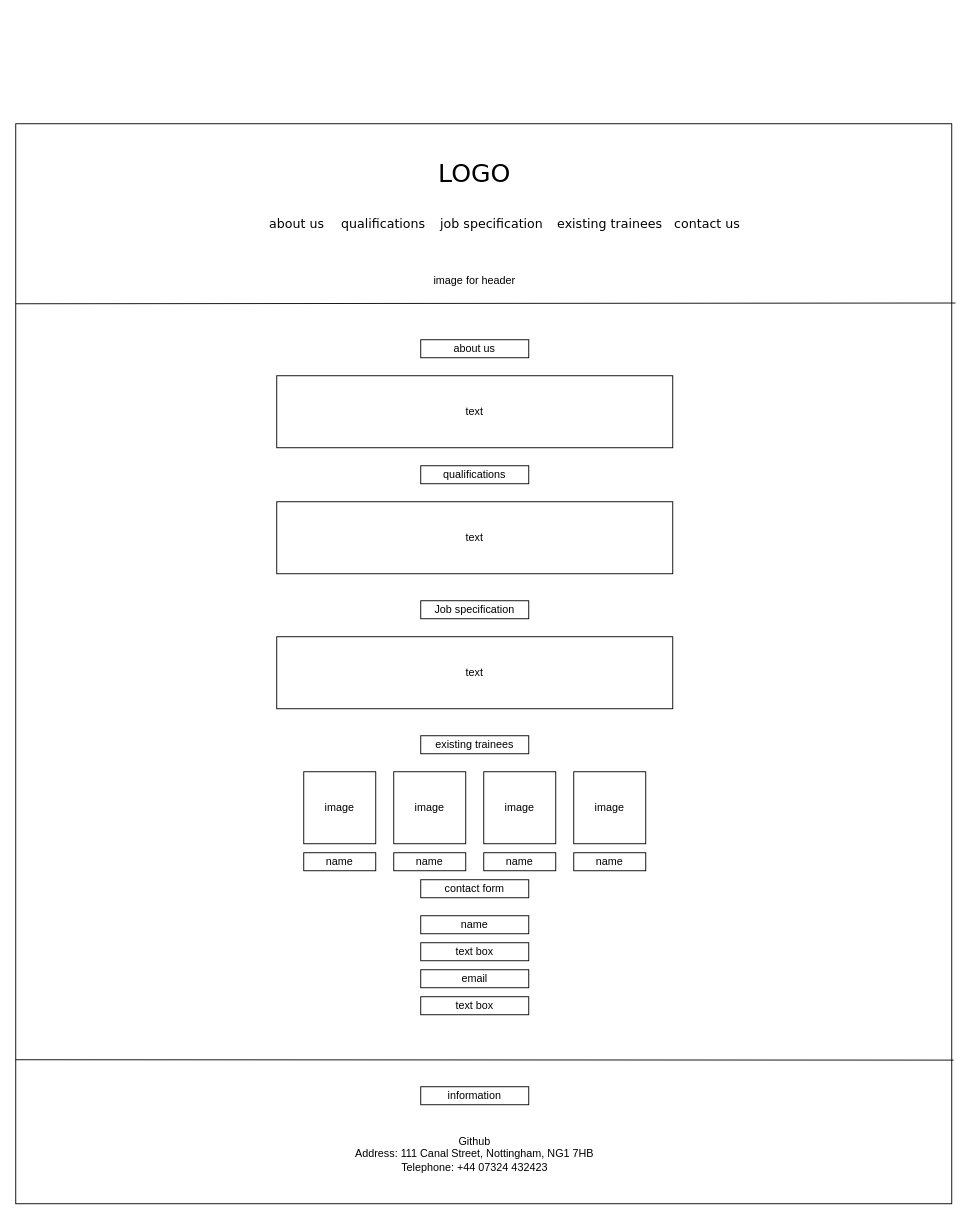
Before: hot_beans_web.drawio in sardinoo/hot-beans-web, a draw.io diagram. Source tidied: cells renumbered, new cells numbered last; positions are measured from the earlier drawing's top-left corner, leaving out a move shared by most shapes. Both pictures are drawn from the tidied source at 90%, with x=0, y=0 at pixel (15, 123).
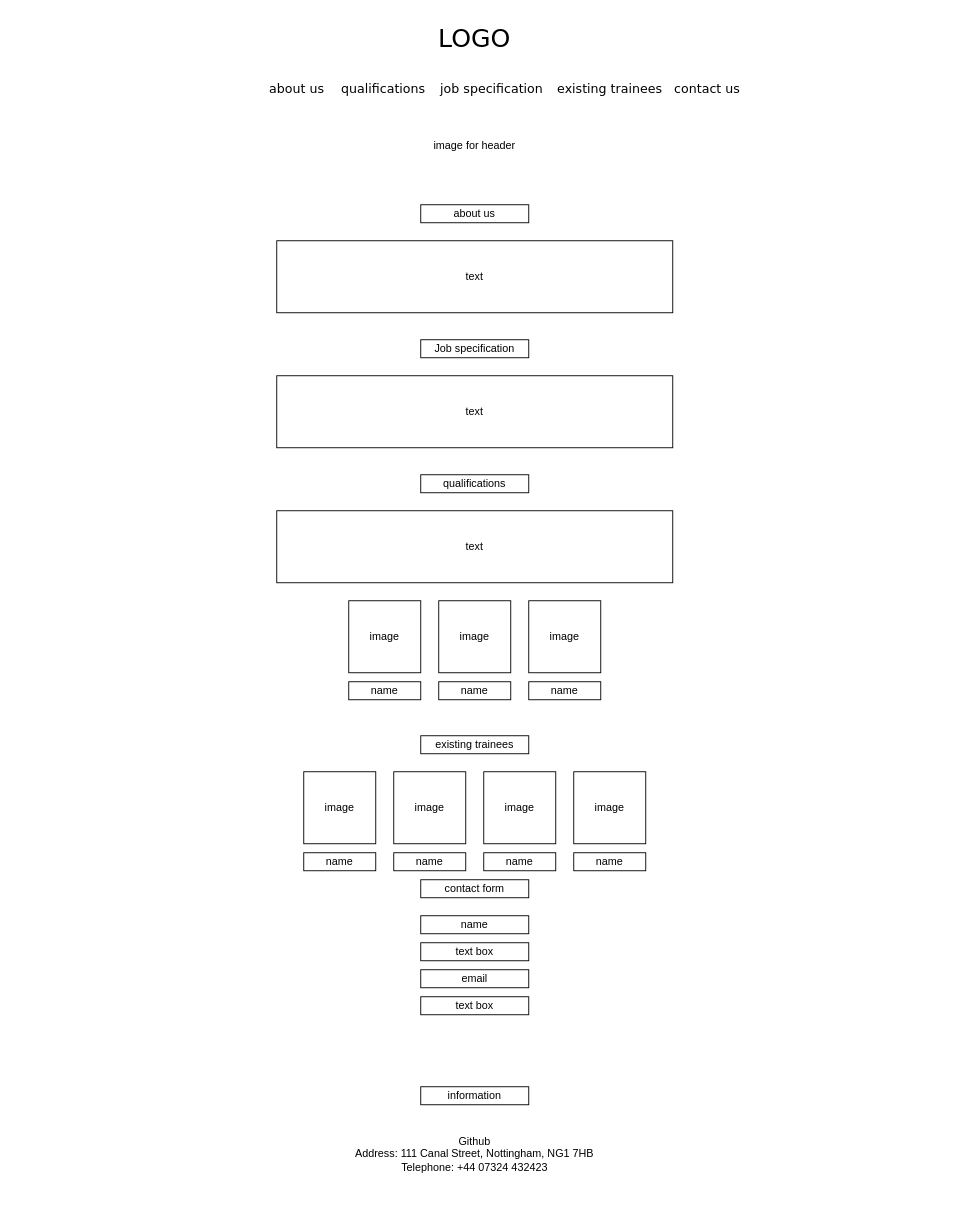
The same page after the edit.

What changed in the source:
```diff
@@
     <mxCell id="2" value="LOGO" style="whiteSpace=wrap;html=1;rounded=0;shadow=0;labelBackgroundColor=none;strokeWidth=1;fontFamily=Verdana;fontSize=28;align=center;comic=1;fillColor=none;strokeColor=none;" parent="1" vertex="1">
-      <mxGeometry x="415" y="30" width="190" height="50" as="geometry" />
+      <mxGeometry x="415" y="-120" width="190" height="50" as="geometry" />
     </mxCell>
     <mxCell id="3" value="about us" style="text;html=1;align=left;verticalAlign=top;spacingTop=-4;fontSize=14;fontFamily=Verdana;" parent="1" vertex="1">
-      <mxGeometry x="280" y="100" width="60" height="20" as="geometry" />
+      <mxGeometry x="280" y="-50" width="60" height="20" as="geometry" />
     </mxCell>
     <mxCell id="4" value="contact us" style="text;html=1;align=left;verticalAlign=top;spacingTop=-4;fontSize=14;fontFamily=Verdana;" parent="1" vertex="1">
-      <mxGeometry x="730" y="100" width="60" height="20" as="geometry" />
+      <mxGeometry x="730" y="-50" width="60" height="20" as="geometry" />
     </mxCell>
     <mxCell id="5" value="job specification" style="text;html=1;align=left;verticalAlign=top;spacingTop=-4;fontSize=14;fontFamily=Verdana;" parent="1" vertex="1">
-      <mxGeometry x="470" y="100" width="60" height="20" as="geometry" />
+      <mxGeometry x="470" y="-50" width="60" height="20" as="geometry" />
     </mxCell>
     <mxCell id="6" value="existing trainees" style="text;html=1;align=left;verticalAlign=top;spacingTop=-4;fontSize=14;fontFamily=Verdana;" parent="1" vertex="1">
-      <mxGeometry x="600" y="100" width="60" height="20" as="geometry" />
+      <mxGeometry x="600" y="-50" width="60" height="20" as="geometry" />
     </mxCell>
     <mxCell id="7" value="qualifications" style="text;html=1;align=left;verticalAlign=top;spacingTop=-4;fontSize=14;fontFamily=Verdana;" parent="1" vertex="1">
-      <mxGeometry x="360" y="100" width="60" height="20" as="geometry" />
+      <mxGeometry x="360" y="-50" width="60" height="20" as="geometry" />
     </mxCell>
-    <mxCell id="8" style="rounded=0;whiteSpace=wrap;html=1;fillColor=none;" parent="1" vertex="1">
-      <mxGeometry width="1040" height="1200" as="geometry" />
-    </mxCell>
-    <mxCell id="9" style="endArrow=none;html=1;rounded=0;entryX=1.004;entryY=0.166;entryDx=0;entryDy=0;entryPerimeter=0;" parent="1" edge="1" target="8">
-      <mxGeometry relative="1" as="geometry">
-        <mxPoint y="200" as="sourcePoint" />
-      </mxGeometry>
-    </mxCell>
     <mxCell id="10" value="image for header" style="text;html=1;strokeColor=none;fillColor=none;align=center;verticalAlign=middle;whiteSpace=wrap;rounded=0;" parent="1" vertex="1">
-      <mxGeometry x="310" y="160" width="400" height="30" as="geometry" />
+      <mxGeometry x="310" y="10" width="400" height="30" as="geometry" />
     </mxCell>
     <mxCell id="11" value="about us" style="rounded=0;whiteSpace=wrap;html=1;fillColor=none;" parent="1" vertex="1">
-      <mxGeometry x="450" y="240" width="120" height="20" as="geometry" />
+      <mxGeometry x="450" y="90" width="120" height="20" as="geometry" />
     </mxCell>
     <mxCell id="12" value="text" style="rounded=0;whiteSpace=wrap;html=1;fillColor=none;" parent="1" vertex="1">
-      <mxGeometry x="290" y="280" width="440" height="80" as="geometry" />
+      <mxGeometry x="290" y="130" width="440" height="80" as="geometry" />
     </mxCell>
     <mxCell id="13" value="qualifications" style="rounded=0;whiteSpace=wrap;html=1;fillColor=none;" parent="1" vertex="1">
-      <mxGeometry x="450" y="380" width="120" height="20" as="geometry" />
+      <mxGeometry x="450" y="390" width="120" height="20" as="geometry" />
     </mxCell>
     <mxCell id="14" value="text" style="rounded=0;whiteSpace=wrap;html=1;fillColor=none;" parent="1" vertex="1">
-      <mxGeometry x="290" y="420" width="440" height="80" as="geometry" />
+      <mxGeometry x="290" y="430" width="440" height="80" as="geometry" />
     </mxCell>
     <mxCell id="15" value="Job specification" style="rounded=0;whiteSpace=wrap;html=1;fillColor=none;" parent="1" vertex="1">
-      <mxGeometry x="450" y="530" width="120" height="20" as="geometry" />
+      <mxGeometry x="450" y="240" width="120" height="20" as="geometry" />
     </mxCell>
     <mxCell id="16" value="text" style="rounded=0;whiteSpace=wrap;html=1;fillColor=none;" parent="1" vertex="1">
-      <mxGeometry x="290" y="570" width="440" height="80" as="geometry" />
+      <mxGeometry x="290" y="280" width="440" height="80" as="geometry" />
     </mxCell>
@@
-    <mxCell id="27" style="endArrow=none;html=1;rounded=0;entryX=1.002;entryY=0.867;entryDx=0;entryDy=0;entryPerimeter=0;" parent="1" edge="1" target="8">
-      <mxGeometry relative="1" as="geometry">
-        <mxPoint y="1040" as="sourcePoint" />
-      </mxGeometry>
-    </mxCell>
@@
+    <mxCell id="34" value="image" style="rounded=0;whiteSpace=wrap;html=1;fillColor=none;" parent="1" vertex="1">
+      <mxGeometry x="370" y="530" width="80" height="80" as="geometry" />
+    </mxCell>
+    <mxCell id="35" value="image" style="rounded=0;whiteSpace=wrap;html=1;fillColor=none;" parent="1" vertex="1">
+      <mxGeometry x="470" y="530" width="80" height="80" as="geometry" />
+    </mxCell>
+    <mxCell id="36" value="image" style="rounded=0;whiteSpace=wrap;html=1;fillColor=none;" parent="1" vertex="1">
+      <mxGeometry x="570" y="530" width="80" height="80" as="geometry" />
+    </mxCell>
+    <mxCell id="37" value="name" style="rounded=0;whiteSpace=wrap;html=1;fillColor=none;" parent="1" vertex="1">
+      <mxGeometry x="370" y="620" width="80" height="20" as="geometry" />
+    </mxCell>
+    <mxCell id="38" value="name" style="rounded=0;whiteSpace=wrap;html=1;fillColor=none;" parent="1" vertex="1">
+      <mxGeometry x="470" y="620" width="80" height="20" as="geometry" />
+    </mxCell>
+    <mxCell id="39" value="name" style="rounded=0;whiteSpace=wrap;html=1;fillColor=none;" parent="1" vertex="1">
+      <mxGeometry x="570" y="620" width="80" height="20" as="geometry" />
+    </mxCell>
```
